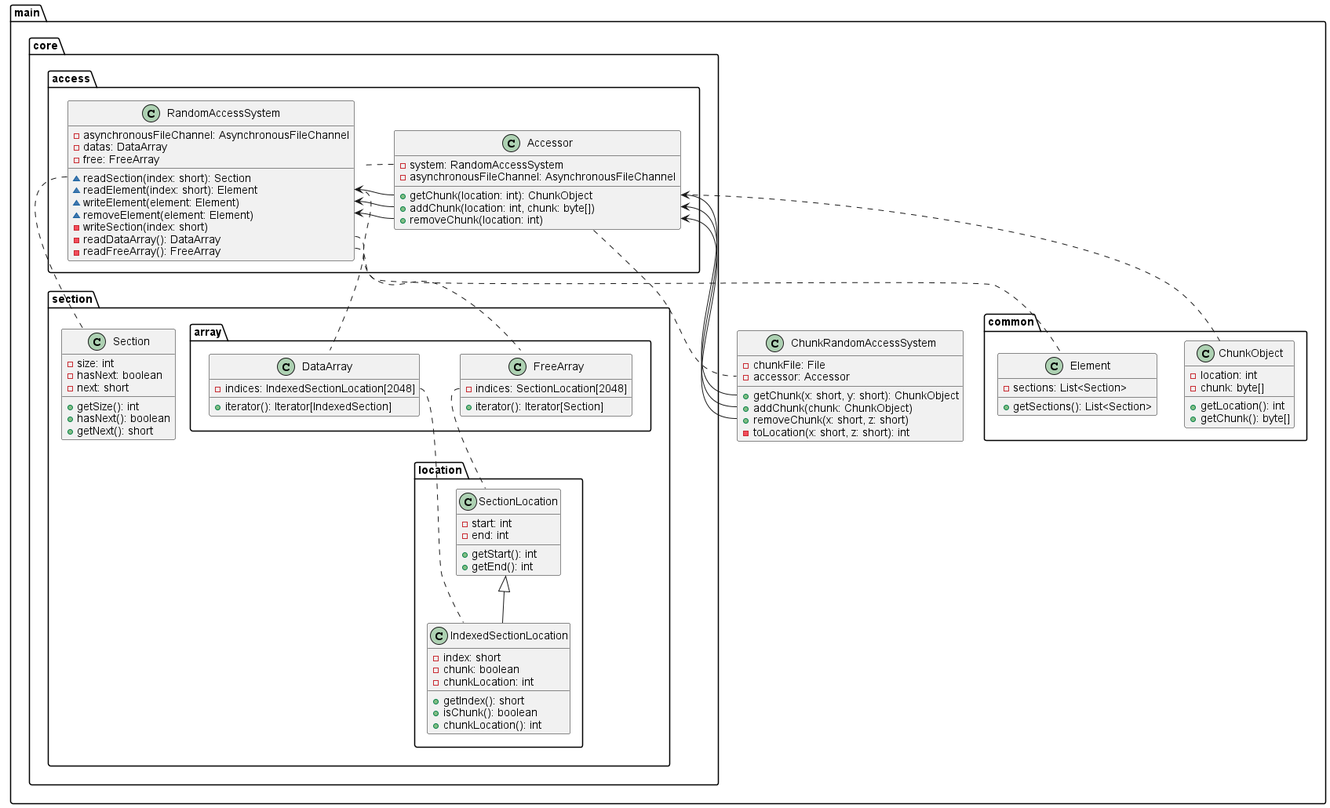
WarzouMc/SkyBlock keeps this PlantUML diagram as ChunkRandomAccessSystem/uml/ChunkRandomAccessSystem.png. Above is the earlier version. Its diagram source:
```plantuml
@startuml

package main {
    package common {
        class ChunkObject {
            -location: int
            -chunk: byte[]

            +getLocation(): int
            +getChunk(): byte[]
        }

        class Element {
            -sections: List<Section>

            +getSections(): List<Section>
        }
    }
    package core {
        package section {
            package array {
                class DataArray {
                    -indices: IndexedSectionLocation[2048]

                    +iterator(): Iterator[IndexedSection]
                }

                class FreeArray {
                    -indices: SectionLocation[2048]

                    +iterator(): Iterator[Section]
                }
            }
            class Section {
                -size: int
                -hasNext: boolean
                -next: short

                +getSize(): int
                +hasNext(): boolean
                +getNext(): short
            }
            package location {
                class SectionLocation {
                    -start: int
                    -end: int

                    +getStart(): int
                    +getEnd(): int
                }

                class IndexedSectionLocation {
                    -index: short
                    -chunk: boolean
                    -chunkLocation: int

                    +getIndex(): short
                    +isChunk(): boolean
                    +chunkLocation(): int
                }

                IndexedSectionLocation -up-|> SectionLocation
            }
            FreeArray::indices .down. SectionLocation
            DataArray::indices .down. IndexedSectionLocation
        }
        package access {
            class RandomAccessSystem {
                -asynchronousFileChannel: AsynchronousFileChannel
                -datas: DataArray
                -free: FreeArray

                ~readSection(index: short): Section
                ~readElement(index: short): Element
                ~writeElement(element: Element)
                ~removeElement(element: Element)
                -writeSection(index: short)
                -readDataArray(): DataArray
                -readFreeArray(): FreeArray
            }
            class Accessor {
                -system: RandomAccessSystem
                -asynchronousFileChannel: AsynchronousFileChannel

                +getChunk(location: int): ChunkObject
                +addChunk(location: int, chunk: byte[])
                +removeChunk(location: int)
            }
            Accessor::getChunk .. ChunkObject
            Accessor::getChunk --> RandomAccessSystem::readElement
            Accessor::system .. RandomAccessSystem
            Accessor::removeChunk -> RandomAccessSystem::removeElement
            Accessor::addChunk -> RandomAccessSystem::writeElement
            RandomAccessSystem::readSection .. Section
            RandomAccessSystem::readElement .. Element
            RandomAccessSystem::readDataArray .. DataArray
            RandomAccessSystem::readFreeArray .. FreeArray
        }
    }
    class ChunkRandomAccessSystem {
        -chunkFile: File
        -accessor: Accessor

        +getChunk(x: short, y: short): ChunkObject
        +addChunk(chunk: ChunkObject)
        +removeChunk(x: short, z: short)
        -toLocation(x: short, z: short): int
    }

    ChunkRandomAccessSystem::accessor .up. Accessor
    ChunkRandomAccessSystem::getChunk -up-> Accessor::getChunk
    ChunkRandomAccessSystem::addChunk --> Accessor::addChunk
    ChunkRandomAccessSystem::removeChunk --> Accessor::removeChunk
}
@enduml
```
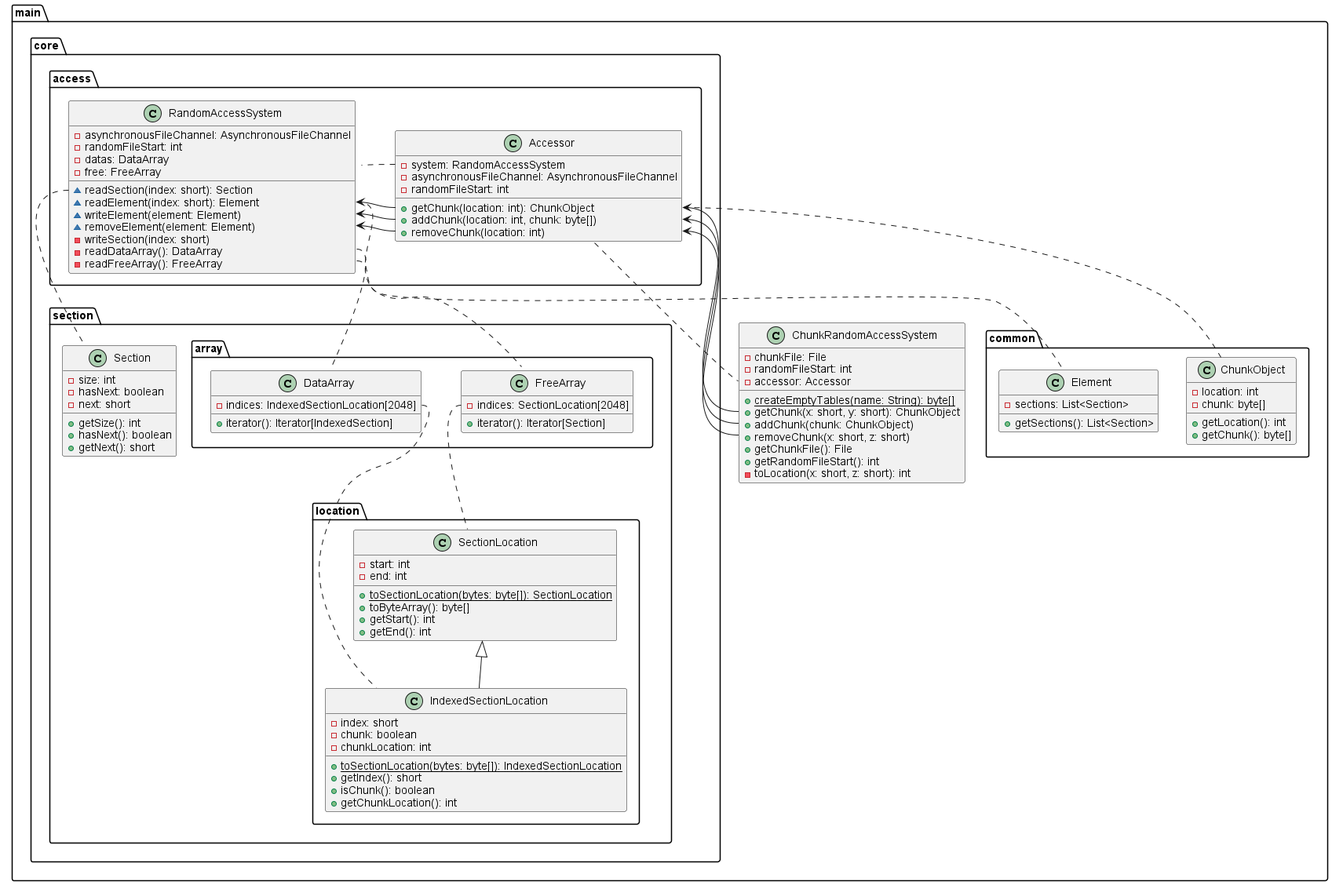
Later version of the same file.

Change to the diagram source:
```diff
@@ -45,6 +45,8 @@
                     -start: int
                     -end: int
 
+                    {static} +toSectionLocation(bytes: byte[]): SectionLocation
+                    +toByteArray(): byte[]
                     +getStart(): int
                     +getEnd(): int
                 }
@@ -54,9 +56,10 @@
                     -chunk: boolean
                     -chunkLocation: int
 
+                    {static} +toSectionLocation(bytes: byte[]): IndexedSectionLocation
                     +getIndex(): short
                     +isChunk(): boolean
-                    +chunkLocation(): int
+                    +getChunkLocation(): int
                 }
 
                 IndexedSectionLocation -up-|> SectionLocation
@@ -67,6 +70,7 @@
         package access {
             class RandomAccessSystem {
                 -asynchronousFileChannel: AsynchronousFileChannel
+                -randomFileStart: int
                 -datas: DataArray
                 -free: FreeArray
 
@@ -81,6 +85,7 @@
             class Accessor {
                 -system: RandomAccessSystem
                 -asynchronousFileChannel: AsynchronousFileChannel
+                -randomFileStart: int
 
                 +getChunk(location: int): ChunkObject
                 +addChunk(location: int, chunk: byte[])
@@ -99,11 +104,15 @@
     }
     class ChunkRandomAccessSystem {
         -chunkFile: File
+        -randomFileStart: int
         -accessor: Accessor
 
+        {static} +createEmptyTables(name: String): byte[]
         +getChunk(x: short, y: short): ChunkObject
         +addChunk(chunk: ChunkObject)
         +removeChunk(x: short, z: short)
+        +getChunkFile(): File
+        +getRandomFileStart(): int
         -toLocation(x: short, z: short): int
     }
 
```
